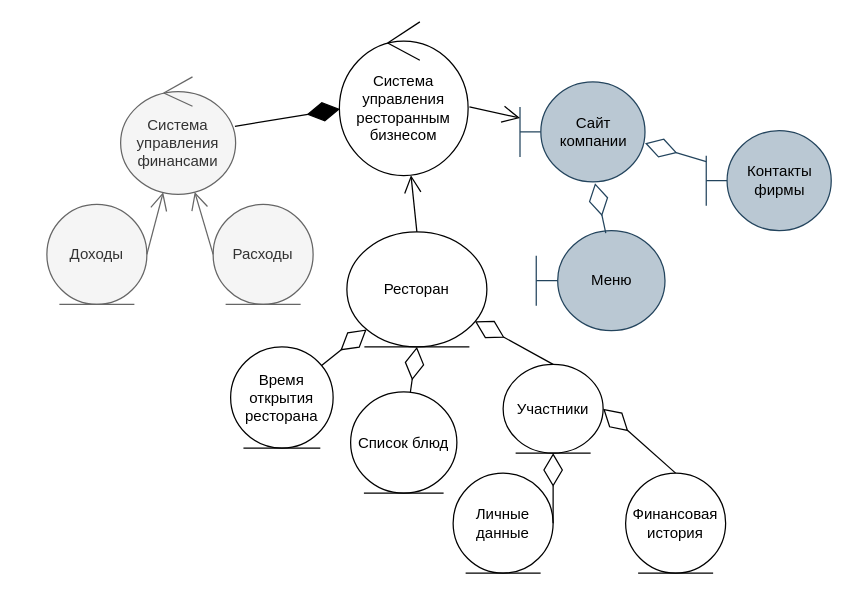
Before: 1.drawio in Helpmepleaseitishard/Aikms, a draw.io diagram. Source tidied: cells renumbered, new cells numbered last; positions are measured from the earlier drawing's top-left corner, leaving out a move shared by most shapes. Both pictures are drawn from the tidied source at 125%, with x=0, y=0 at pixel (46, 21).
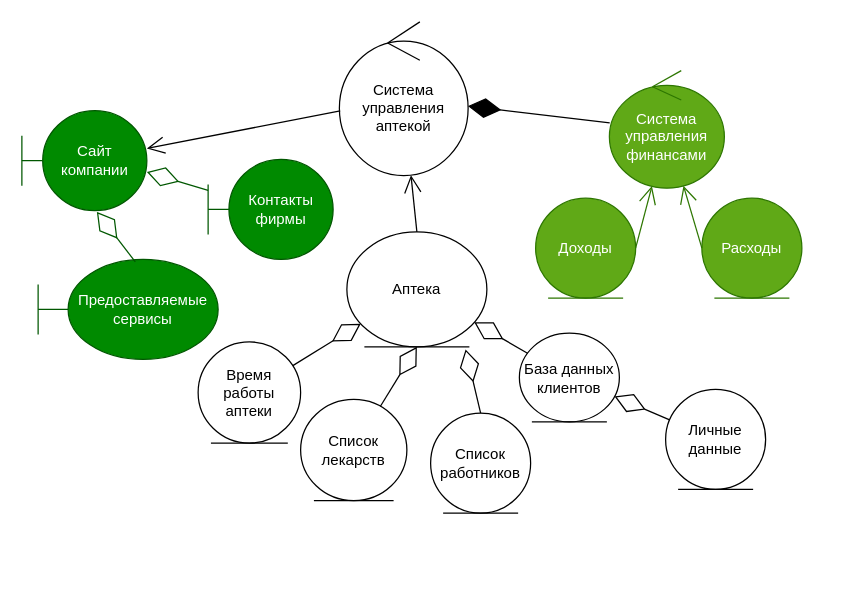
Above is the later version.

Diff of the diagram source:
```diff
@@
-    <mxCell id="2" value="Система управления ресторанным бизнесом" style="ellipse;shape=umlControl;whiteSpace=wrap;html=1;" parent="1" vertex="1">
+    <mxCell id="2" value="Система управления аптекой" style="ellipse;shape=umlControl;whiteSpace=wrap;html=1;" parent="1" vertex="1">
       <mxGeometry x="234" width="103" height="123" as="geometry" />
     </mxCell>
-    <mxCell id="3" value="Система управления финансами" style="ellipse;shape=umlControl;whiteSpace=wrap;html=1;fillColor=#f5f5f5;strokeColor=#666666;fontColor=#333333;" parent="1" vertex="1">
-      <mxGeometry x="59" y="44" width="92" height="94" as="geometry" />
+    <mxCell id="3" value="Система управления финансами" style="ellipse;shape=umlControl;whiteSpace=wrap;html=1;fillColor=#60a917;strokeColor=#2D7600;fontColor=#ffffff;" parent="1" vertex="1">
+      <mxGeometry x="450" y="39" width="92" height="94" as="geometry" />
     </mxCell>
-    <mxCell id="4" value="Сайт компании" style="shape=umlBoundary;whiteSpace=wrap;html=1;fillColor=#bac8d3;strokeColor=#23445d;" parent="1" vertex="1">
-      <mxGeometry x="378.5" y="48" width="100" height="80" as="geometry" />
+    <mxCell id="4" value="Сайт компании" style="shape=umlBoundary;whiteSpace=wrap;html=1;fillColor=#008a00;strokeColor=#005700;fontColor=#ffffff;" parent="1" vertex="1">
+      <mxGeometry x="-20" y="71" width="100" height="80" as="geometry" />
     </mxCell>
-    <mxCell id="5" value="Доходы" style="ellipse;shape=umlEntity;whiteSpace=wrap;html=1;fillColor=#f5f5f5;strokeColor=#666666;fontColor=#333333;" parent="1" vertex="1">
-      <mxGeometry y="146" width="80" height="80" as="geometry" />
+    <mxCell id="5" value="Доходы" style="ellipse;shape=umlEntity;whiteSpace=wrap;html=1;fillColor=#60a917;strokeColor=#2D7600;fontColor=#ffffff;" parent="1" vertex="1">
+      <mxGeometry x="391" y="141" width="80" height="80" as="geometry" />
     </mxCell>
-    <mxCell id="6" value="Расходы" style="ellipse;shape=umlEntity;whiteSpace=wrap;html=1;fillColor=#f5f5f5;strokeColor=#666666;fontColor=#333333;" parent="1" vertex="1">
-      <mxGeometry x="133" y="146" width="80" height="80" as="geometry" />
+    <mxCell id="6" value="Расходы" style="ellipse;shape=umlEntity;whiteSpace=wrap;html=1;fillColor=#60a917;strokeColor=#2D7600;fontColor=#ffffff;" parent="1" vertex="1">
+      <mxGeometry x="524" y="141" width="80" height="80" as="geometry" />
     </mxCell>
-    <mxCell id="7" value="Меню" style="shape=umlBoundary;whiteSpace=wrap;html=1;fillColor=#bac8d3;strokeColor=#23445d;" parent="1" vertex="1">
-      <mxGeometry x="391.5" y="167" width="103" height="80" as="geometry" />
+    <mxCell id="7" value="Предоставляемые сервисы" style="shape=umlBoundary;whiteSpace=wrap;html=1;fillColor=#008a00;strokeColor=#005700;fontColor=#ffffff;" parent="1" vertex="1">
+      <mxGeometry x="-7" y="190" width="144" height="80" as="geometry" />
     </mxCell>
-    <mxCell id="8" value="Контакты фирмы" style="shape=umlBoundary;whiteSpace=wrap;html=1;fillColor=#bac8d3;strokeColor=#23445d;" parent="1" vertex="1">
-      <mxGeometry x="527.5" y="87" width="100" height="80" as="geometry" />
+    <mxCell id="8" value="Контакты фирмы" style="shape=umlBoundary;whiteSpace=wrap;html=1;fillColor=#008a00;strokeColor=#005700;fontColor=#ffffff;" parent="1" vertex="1">
+      <mxGeometry x="129" y="110" width="100" height="80" as="geometry" />
     </mxCell>
-    <mxCell id="9" value="Ресторан" style="ellipse;shape=umlEntity;whiteSpace=wrap;html=1;" parent="1" vertex="1">
+    <mxCell id="9" value="Аптека" style="ellipse;shape=umlEntity;whiteSpace=wrap;html=1;" parent="1" vertex="1">
       <mxGeometry x="240" y="168" width="112" height="92" as="geometry" />
     </mxCell>
-    <mxCell id="10" value="Время открытия ресторана" style="ellipse;shape=umlEntity;whiteSpace=wrap;html=1;" parent="1" vertex="1">
-      <mxGeometry x="147" y="260" width="82" height="81" as="geometry" />
+    <mxCell id="10" value="Время работы аптеки" style="ellipse;shape=umlEntity;whiteSpace=wrap;html=1;" parent="1" vertex="1">
+      <mxGeometry x="121" y="256" width="82" height="81" as="geometry" />
     </mxCell>
-    <mxCell id="11" value="Список блюд" style="ellipse;shape=umlEntity;whiteSpace=wrap;html=1;" parent="1" vertex="1">
-      <mxGeometry x="243" y="296" width="85" height="81" as="geometry" />
+    <mxCell id="11" value="Список лекарств" style="ellipse;shape=umlEntity;whiteSpace=wrap;html=1;" parent="1" vertex="1">
+      <mxGeometry x="203" y="302" width="85" height="81" as="geometry" />
     </mxCell>
-    <mxCell id="12" value="Участники" style="ellipse;shape=umlEntity;whiteSpace=wrap;html=1;" parent="1" vertex="1">
-      <mxGeometry x="365" y="274" width="80" height="71" as="geometry" />
+    <mxCell id="12" value="База данных клиентов" style="ellipse;shape=umlEntity;whiteSpace=wrap;html=1;" parent="1" vertex="1">
+      <mxGeometry x="378" y="249" width="80" height="71" as="geometry" />
     </mxCell>
     <mxCell id="13" value="Личные данные" style="ellipse;shape=umlEntity;whiteSpace=wrap;html=1;" parent="1" vertex="1">
-      <mxGeometry x="325" y="361" width="80" height="80" as="geometry" />
+      <mxGeometry x="495" y="294" width="80" height="80" as="geometry" />
     </mxCell>
-    <mxCell id="14" value="Финансовая история" style="ellipse;shape=umlEntity;whiteSpace=wrap;html=1;" parent="1" vertex="1">
-      <mxGeometry x="463" y="361" width="80" height="80" as="geometry" />
+    <mxCell id="14" value="Список работников" style="ellipse;shape=umlEntity;whiteSpace=wrap;html=1;" parent="1" vertex="1">
+      <mxGeometry x="307" y="313" width="80" height="80" as="geometry" />
     </mxCell>
@@
-    <mxCell id="16" style="endArrow=open;endFill=1;endSize=12;html=1;rounded=0;fontSize=12;curved=1;exitX=1.01;exitY=0.553;exitDx=0;exitDy=0;exitPerimeter=0;" parent="1" edge="1" source="2" target="4">
+    <mxCell id="16" style="endArrow=open;endFill=1;endSize=12;html=1;rounded=0;fontSize=12;curved=1;" parent="1" edge="1" source="2" target="4">
       <mxGeometry relative="1" as="geometry" />
     </mxCell>
-    <mxCell id="17" style="endArrow=diamondThin;endFill=0;endSize=24;html=1;rounded=0;fontSize=12;curved=1;exitX=0.54;exitY=0.025;exitDx=0;exitDy=0;exitPerimeter=0;entryX=0.6;entryY=1.013;entryDx=0;entryDy=0;entryPerimeter=0;fillColor=#bac8d3;strokeColor=#23445d;" parent="1" edge="1" source="7" target="4">
+    <mxCell id="17" style="endArrow=diamondThin;endFill=0;endSize=24;html=1;rounded=0;fontSize=12;curved=1;exitX=0.54;exitY=0.025;exitDx=0;exitDy=0;exitPerimeter=0;entryX=0.6;entryY=1.013;entryDx=0;entryDy=0;entryPerimeter=0;fillColor=#008a00;strokeColor=#005700;" parent="1" edge="1" source="7" target="4">
       <mxGeometry relative="1" as="geometry" />
     </mxCell>
-    <mxCell id="18" style="endArrow=diamondThin;endFill=0;endSize=24;html=1;rounded=0;fontSize=12;curved=1;entryX=1;entryY=0.613;entryDx=0;entryDy=0;entryPerimeter=0;fillColor=#bac8d3;strokeColor=#23445d;" parent="1" edge="1" source="8" target="4">
+    <mxCell id="18" style="endArrow=diamondThin;endFill=0;endSize=24;html=1;rounded=0;fontSize=12;curved=1;entryX=1;entryY=0.613;entryDx=0;entryDy=0;entryPerimeter=0;fillColor=#008a00;strokeColor=#005700;" parent="1" edge="1" source="8" target="4">
       <mxGeometry relative="1" as="geometry" />
     </mxCell>
-    <mxCell id="19" style="endArrow=open;endFill=1;endSize=12;html=1;rounded=0;fontSize=12;curved=1;exitX=1;exitY=0.5;exitDx=0;exitDy=0;fillColor=#f5f5f5;strokeColor=#666666;" parent="1" edge="1" source="5" target="3">
+    <mxCell id="19" style="endArrow=open;endFill=1;endSize=12;html=1;rounded=0;fontSize=12;curved=1;exitX=1;exitY=0.5;exitDx=0;exitDy=0;fillColor=#60a917;strokeColor=#2D7600;" parent="1" edge="1" source="5" target="3">
       <mxGeometry relative="1" as="geometry" />
     </mxCell>
-    <mxCell id="20" style="endArrow=open;endFill=1;endSize=12;html=1;rounded=0;fontSize=12;curved=1;exitX=0;exitY=0.5;exitDx=0;exitDy=0;fillColor=#f5f5f5;strokeColor=#666666;" parent="1" edge="1" source="6" target="3">
+    <mxCell id="20" style="endArrow=open;endFill=1;endSize=12;html=1;rounded=0;fontSize=12;curved=1;exitX=0;exitY=0.5;exitDx=0;exitDy=0;fillColor=#60a917;strokeColor=#2D7600;" parent="1" edge="1" source="6" target="3">
       <mxGeometry relative="1" as="geometry" />
     </mxCell>
@@
-    <mxCell id="23" style="endArrow=diamondThin;endFill=0;endSize=24;html=1;rounded=0;fontSize=12;curved=1;exitX=0.5;exitY=0;exitDx=0;exitDy=0;" parent="1" edge="1" source="12" target="9">
+    <mxCell id="23" style="endArrow=diamondThin;endFill=0;endSize=24;html=1;rounded=0;fontSize=12;curved=1;" parent="1" edge="1" source="12" target="9">
       <mxGeometry relative="1" as="geometry" />
     </mxCell>
-    <mxCell id="24" style="endArrow=diamondThin;endFill=0;endSize=24;html=1;rounded=0;fontSize=12;curved=1;entryX=1;entryY=0.5;entryDx=0;entryDy=0;exitX=0.5;exitY=0;exitDx=0;exitDy=0;" parent="1" edge="1" source="14" target="12">
+    <mxCell id="24" style="endArrow=diamondThin;endFill=0;endSize=24;html=1;rounded=0;fontSize=12;curved=1;entryX=0.848;entryY=1.022;entryDx=0;entryDy=0;exitX=0.5;exitY=0;exitDx=0;exitDy=0;entryPerimeter=0;" parent="1" edge="1" source="14" target="9">
       <mxGeometry relative="1" as="geometry" />
     </mxCell>
-    <mxCell id="25" style="endArrow=diamondThin;endFill=0;endSize=24;html=1;rounded=0;fontSize=12;curved=1;entryX=0.5;entryY=1;entryDx=0;entryDy=0;exitX=1;exitY=0.5;exitDx=0;exitDy=0;" parent="1" edge="1" source="13" target="12">
+    <mxCell id="25" style="endArrow=diamondThin;endFill=0;endSize=24;html=1;rounded=0;fontSize=12;curved=1;" parent="1" edge="1" source="13" target="12">
       <mxGeometry relative="1" as="geometry" />
     </mxCell>
```
